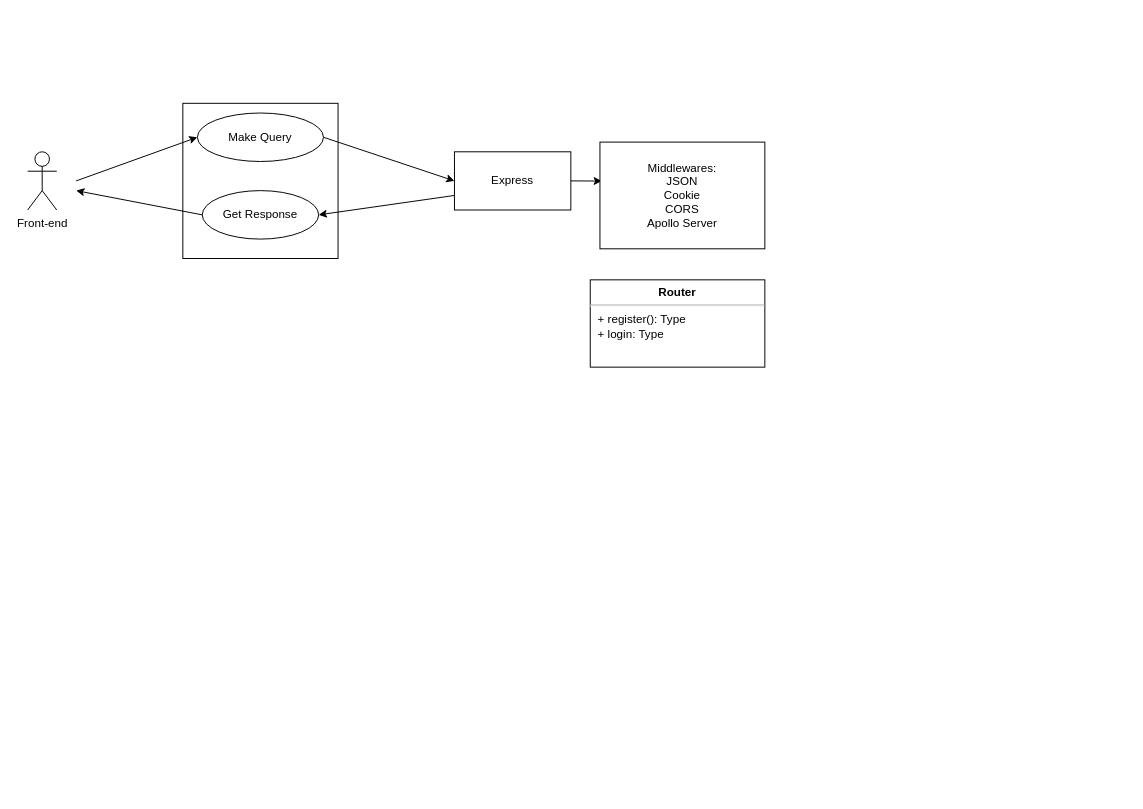
Above: UML/Backend.drawio in vlzher/UML-newsAgregatorAPI (draw.io), before the change. Source tidied: cells renumbered, new cells numbered last; positions are measured from the earlier drawing's top-left corner, leaving out a move shared by most shapes. Both pictures are drawn from the tidied source at 97%, with x=0, y=0 at pixel (27, 103).
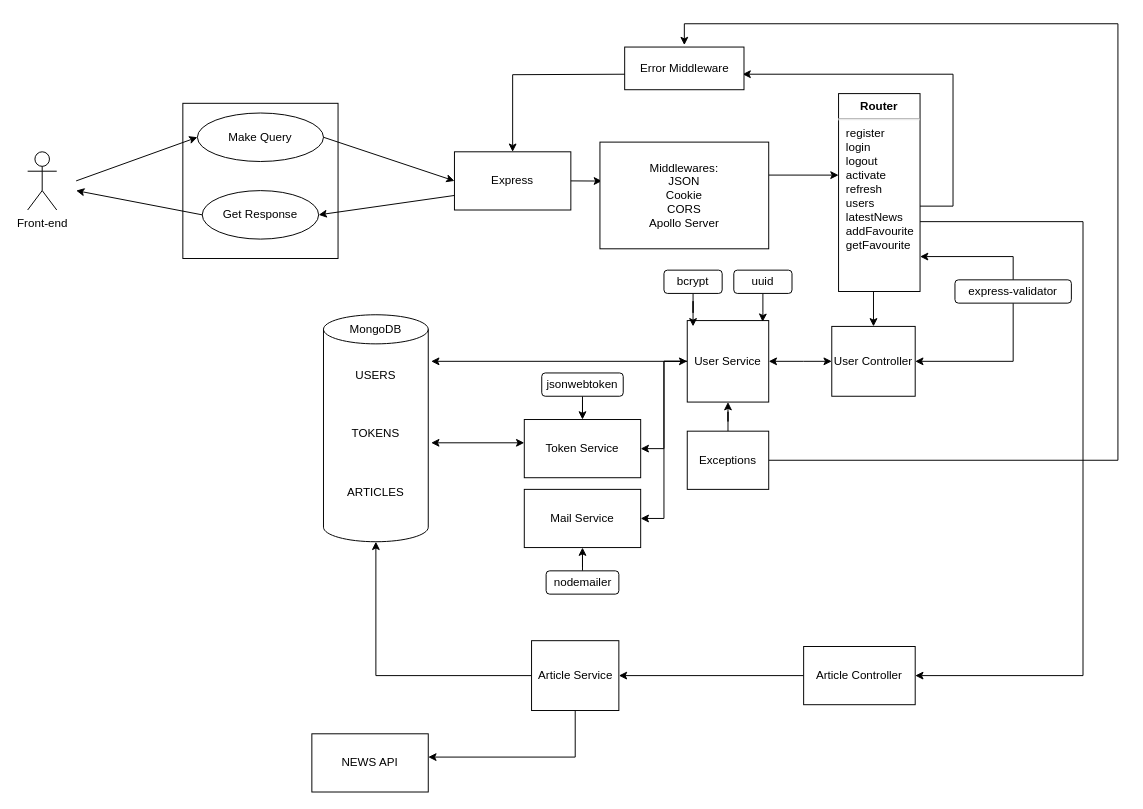
After the change.

Unchanged cells that the change refers to:
```xml
<mxCell id="9" value="Express" style="rounded=0;whiteSpace=wrap;html=1;" parent="1" vertex="1">
  <mxGeometry x="440" y="50" width="120" height="60" as="geometry" />
</mxCell>
```

What changed in the source:
```diff
@@
+    <mxCell id="14" style="edgeStyle=orthogonalEdgeStyle;rounded=0;jettySize=auto;html=1;entryX=0;entryY=0.412;entryDx=0;entryDy=0;entryPerimeter=0;" parent="1" edge="1" source="12" target="13">
+      <mxGeometry relative="1" as="geometry">
+        <Array as="points">
+          <mxPoint x="788" y="74" />
+          <mxPoint x="788" y="74" />
+        </Array>
+      </mxGeometry>
+    </mxCell>
     <mxCell id="12" value="Middlewares:&lt;br&gt;JSON&lt;br&gt;Cookie&lt;br&gt;CORS&lt;br&gt;Apollo Server" style="rounded=0;whiteSpace=wrap;html=1;" parent="1" vertex="1">
-      <mxGeometry x="590" y="40" width="170" height="110" as="geometry" />
+      <mxGeometry x="590" y="40" width="174" height="110" as="geometry" />
     </mxCell>
+    <mxCell id="15" style="edgeStyle=orthogonalEdgeStyle;rounded=0;jettySize=auto;html=1;exitX=0.5;exitY=1;exitDx=0;exitDy=0;entryX=0.5;entryY=0;entryDx=0;entryDy=0;" parent="1" edge="1" source="13" target="18">
+      <mxGeometry relative="1" as="geometry" />
+    </mxCell>
+    <mxCell id="16" style="edgeStyle=orthogonalEdgeStyle;rounded=0;jettySize=auto;html=1;entryX=1;entryY=0.5;entryDx=0;entryDy=0;" parent="1" edge="1" source="13">
+      <mxGeometry relative="1" as="geometry">
+        <mxPoint x="737" y="-30" as="targetPoint" />
+        <Array as="points">
+          <mxPoint x="954" y="106" />
+          <mxPoint x="954" y="-30" />
+        </Array>
+      </mxGeometry>
+    </mxCell>
+    <mxCell id="17" style="edgeStyle=orthogonalEdgeStyle;rounded=0;jettySize=auto;html=1;entryX=1;entryY=0.5;entryDx=0;entryDy=0;" parent="1" edge="1" source="13" target="48">
+      <mxGeometry relative="1" as="geometry">
+        <Array as="points">
+          <mxPoint x="1088" y="122" />
+          <mxPoint x="1088" y="590" />
+        </Array>
+      </mxGeometry>
+    </mxCell>
-    <mxCell id="13" value="&lt;p style=&quot;margin:0px;margin-top:6px;text-align:center;&quot;&gt;&lt;b&gt;Router&lt;/b&gt;&lt;/p&gt;&lt;hr&gt;&lt;p style=&quot;margin:0px;margin-left:8px;&quot;&gt;+ register(): Type&lt;br&gt;+ login: Type&lt;/p&gt;" style="align=left;overflow=fill;html=1;whiteSpace=wrap;" parent="1" vertex="1">
-      <mxGeometry x="580" y="182" width="180" height="90" as="geometry" />
+    <mxCell id="13" value="&lt;p style=&quot;margin:0px;margin-top:6px;text-align:center;&quot;&gt;&lt;b&gt;Router&lt;/b&gt;&lt;/p&gt;&lt;hr&gt;&lt;p style=&quot;margin:0px;margin-left:8px;&quot;&gt;register&lt;br&gt;login&lt;br&gt;logout&lt;br&gt;activate&lt;br&gt;refresh&lt;/p&gt;&lt;p style=&quot;margin:0px;margin-left:8px;&quot;&gt;users&lt;/p&gt;&lt;p style=&quot;margin:0px;margin-left:8px;&quot;&gt;latestNews&lt;br&gt;addFavourite&lt;/p&gt;&lt;p style=&quot;margin:0px;margin-left:8px;&quot;&gt;getFavourite&lt;/p&gt;" style="align=left;overflow=fill;html=1;whiteSpace=wrap;" parent="1" vertex="1">
+      <mxGeometry x="836" y="-10" width="84" height="204" as="geometry" />
     </mxCell>
+    <mxCell id="18" value="User Controller" style="rounded=0;whiteSpace=wrap;html=1;" parent="1" vertex="1">
+      <mxGeometry x="829" y="230" width="86" height="72" as="geometry" />
+    </mxCell>
+    <mxCell id="19" style="edgeStyle=orthogonalEdgeStyle;rounded=0;jettySize=auto;html=1;entryX=1;entryY=0.5;entryDx=0;entryDy=0;" parent="1" edge="1" source="21" target="22">
+      <mxGeometry relative="1" as="geometry" />
+    </mxCell>
+    <mxCell id="20" style="edgeStyle=orthogonalEdgeStyle;rounded=0;jettySize=auto;html=1;entryX=1;entryY=0.5;entryDx=0;entryDy=0;" parent="1" edge="1" source="21" target="23">
+      <mxGeometry relative="1" as="geometry" />
+    </mxCell>
+    <mxCell id="21" value="User Service" style="whiteSpace=wrap;html=1;" parent="1" vertex="1">
+      <mxGeometry x="680" y="224" width="84" height="84" as="geometry" />
+    </mxCell>
+    <mxCell id="22" value="Token Service" style="rounded=0;whiteSpace=wrap;html=1;" parent="1" vertex="1">
+      <mxGeometry x="512" y="326" width="120" height="60" as="geometry" />
+    </mxCell>
+    <mxCell id="23" value="Mail Service" style="rounded=0;whiteSpace=wrap;html=1;" parent="1" vertex="1">
+      <mxGeometry x="512" y="398" width="120" height="60" as="geometry" />
+    </mxCell>
+    <mxCell id="24" style="shape=cylinder3;whiteSpace=wrap;html=1;boundedLbl=1;backgroundOutline=1;size=15;" parent="1" vertex="1">
+      <mxGeometry x="305" y="218" width="108" height="234" as="geometry" />
+    </mxCell>
+    <mxCell id="25" value="USERS" style="text;html=1;strokeColor=none;fillColor=none;align=center;verticalAlign=middle;whiteSpace=wrap;rounded=0;" parent="1" vertex="1">
+      <mxGeometry x="329" y="266" width="60" height="30" as="geometry" />
+    </mxCell>
+    <mxCell id="26" value="TOKENS" style="text;html=1;strokeColor=none;fillColor=none;align=center;verticalAlign=middle;whiteSpace=wrap;rounded=0;" parent="1" vertex="1">
+      <mxGeometry x="329" y="326" width="60" height="30" as="geometry" />
+    </mxCell>
+    <mxCell id="27" style="endArrow=classic;startArrow=classic;html=1;rounded=0;" parent="1" edge="1">
+      <mxGeometry relative="1" as="geometry">
+        <mxPoint x="416" y="350" as="sourcePoint" />
+        <mxPoint x="512" y="350" as="targetPoint" />
+      </mxGeometry>
+    </mxCell>
+    <mxCell id="28" style="endArrow=classic;startArrow=classic;html=1;rounded=0;entryX=0;entryY=0.5;entryDx=0;entryDy=0;" parent="1" edge="1" target="21">
+      <mxGeometry relative="1" as="geometry">
+        <mxPoint x="416" y="266" as="sourcePoint" />
+      </mxGeometry>
+    </mxCell>
+    <mxCell id="29" style="endArrow=classic;startArrow=classic;html=1;rounded=0;entryX=0;entryY=0.5;entryDx=0;entryDy=0;" parent="1" edge="1" target="18">
+      <mxGeometry relative="1" as="geometry">
+        <mxPoint x="764" y="266" as="sourcePoint" />
+        <Array as="points">
+          <mxPoint x="800" y="266" />
+        </Array>
+      </mxGeometry>
+    </mxCell>
+    <mxCell id="30" style="edgeStyle=orthogonalEdgeStyle;rounded=0;jettySize=auto;html=1;" parent="1" edge="1" target="9">
+      <mxGeometry relative="1" as="geometry">
+        <mxPoint x="617" y="-30" as="sourcePoint" />
+      </mxGeometry>
+    </mxCell>
+    <mxCell id="31" value="MongoDB" style="text;html=1;strokeColor=none;fillColor=none;align=center;verticalAlign=middle;whiteSpace=wrap;rounded=0;" parent="1" vertex="1">
+      <mxGeometry x="329" y="218" width="60" height="30" as="geometry" />
+    </mxCell>
+    <mxCell id="32" style="edgeStyle=orthogonalEdgeStyle;rounded=0;jettySize=auto;html=1;" parent="1" edge="1" source="34" target="21">
+      <mxGeometry relative="1" as="geometry" />
+    </mxCell>
+    <mxCell id="33" style="edgeStyle=orthogonalEdgeStyle;rounded=0;jettySize=auto;html=1;entryX=0.5;entryY=0;entryDx=0;entryDy=0;" parent="1" edge="1" source="34">
+      <mxGeometry relative="1" as="geometry">
+        <mxPoint x="677" y="-60" as="targetPoint" />
+        <Array as="points">
+          <mxPoint x="1124" y="368" />
+          <mxPoint x="1124" y="-82" />
+          <mxPoint x="677" y="-82" />
+        </Array>
+      </mxGeometry>
+    </mxCell>
+    <mxCell id="34" value="Exceptions" style="rounded=0;whiteSpace=wrap;html=1;" parent="1" vertex="1">
+      <mxGeometry x="680" y="338" width="84" height="60" as="geometry" />
+    </mxCell>
+    <mxCell id="35" style="edgeStyle=orthogonalEdgeStyle;rounded=0;jettySize=auto;html=1;" parent="1" edge="1" source="36" target="23">
+      <mxGeometry relative="1" as="geometry" />
+    </mxCell>
+    <mxCell id="36" value="nodemailer" style="rounded=1;whiteSpace=wrap;html=1;" parent="1" vertex="1">
+      <mxGeometry x="534.5" y="482" width="75" height="24" as="geometry" />
+    </mxCell>
+    <mxCell id="37" value="Error Middleware" style="rounded=0;whiteSpace=wrap;html=1;" parent="1" vertex="1">
+      <mxGeometry x="615.5" y="-58" width="123" height="44" as="geometry" />
+    </mxCell>
+    <mxCell id="38" style="edgeStyle=orthogonalEdgeStyle;rounded=0;jettySize=auto;html=1;" parent="1" edge="1" source="39" target="22">
+      <mxGeometry relative="1" as="geometry" />
+    </mxCell>
+    <mxCell id="39" value="jsonwebtoken" style="rounded=1;whiteSpace=wrap;html=1;" parent="1" vertex="1">
+      <mxGeometry x="530" y="278" width="84" height="24" as="geometry" />
+    </mxCell>
+    <mxCell id="40" style="edgeStyle=orthogonalEdgeStyle;rounded=0;jettySize=auto;html=1;entryX=0.071;entryY=0.071;entryDx=0;entryDy=0;entryPerimeter=0;" parent="1" edge="1" source="41" target="21">
+      <mxGeometry relative="1" as="geometry" />
+    </mxCell>
+    <mxCell id="41" value="bcrypt" style="rounded=1;whiteSpace=wrap;html=1;" parent="1" vertex="1">
+      <mxGeometry x="656" y="172" width="60" height="24" as="geometry" />
+    </mxCell>
+    <mxCell id="42" style="edgeStyle=orthogonalEdgeStyle;rounded=0;jettySize=auto;html=1;entryX=0.925;entryY=0.015;entryDx=0;entryDy=0;entryPerimeter=0;" parent="1" edge="1" source="43" target="21">
+      <mxGeometry relative="1" as="geometry" />
+    </mxCell>
+    <mxCell id="43" value="uuid" style="rounded=1;whiteSpace=wrap;html=1;" parent="1" vertex="1">
+      <mxGeometry x="728" y="172" width="60" height="24" as="geometry" />
+    </mxCell>
+    <mxCell id="44" style="edgeStyle=orthogonalEdgeStyle;rounded=0;jettySize=auto;html=1;entryX=1;entryY=0.5;entryDx=0;entryDy=0;" parent="1" edge="1" source="46" target="18">
+      <mxGeometry relative="1" as="geometry">
+        <Array as="points">
+          <mxPoint x="1016" y="266" />
+        </Array>
+      </mxGeometry>
+    </mxCell>
+    <mxCell id="45" style="edgeStyle=orthogonalEdgeStyle;rounded=0;jettySize=auto;html=1;exitX=0.5;exitY=0;exitDx=0;exitDy=0;" parent="1" edge="1" source="46" target="13">
+      <mxGeometry relative="1" as="geometry">
+        <Array as="points">
+          <mxPoint x="1016" y="158" />
+        </Array>
+      </mxGeometry>
+    </mxCell>
+    <mxCell id="46" value="express-validator" style="rounded=1;whiteSpace=wrap;html=1;" parent="1" vertex="1">
+      <mxGeometry x="956" y="182" width="120" height="24" as="geometry" />
+    </mxCell>
+    <mxCell id="47" style="edgeStyle=orthogonalEdgeStyle;rounded=0;jettySize=auto;html=1;" parent="1" edge="1" source="48" target="51">
+      <mxGeometry relative="1" as="geometry" />
+    </mxCell>
+    <mxCell id="48" value="Article Controller" style="rounded=0;whiteSpace=wrap;html=1;" parent="1" vertex="1">
+      <mxGeometry x="800" y="560" width="115" height="60" as="geometry" />
+    </mxCell>
+    <mxCell id="49" style="edgeStyle=orthogonalEdgeStyle;rounded=0;jettySize=auto;html=1;" parent="1" edge="1" source="51" target="24">
+      <mxGeometry relative="1" as="geometry" />
+    </mxCell>
+    <mxCell id="50" style="edgeStyle=orthogonalEdgeStyle;rounded=0;jettySize=auto;html=1;" parent="1" edge="1" source="51" target="53">
+      <mxGeometry relative="1" as="geometry">
+        <Array as="points">
+          <mxPoint x="564" y="674" />
+        </Array>
+      </mxGeometry>
+    </mxCell>
+    <mxCell id="51" value="Article Service" style="rounded=0;whiteSpace=wrap;html=1;" parent="1" vertex="1">
+      <mxGeometry x="519.5" y="554" width="90" height="72" as="geometry" />
+    </mxCell>
+    <mxCell id="52" value="ARTICLES" style="text;html=1;strokeColor=none;fillColor=none;align=center;verticalAlign=middle;whiteSpace=wrap;rounded=0;" parent="1" vertex="1">
+      <mxGeometry x="329" y="386" width="60" height="30" as="geometry" />
+    </mxCell>
+    <mxCell id="53" value="NEWS API" style="rounded=0;whiteSpace=wrap;html=1;" parent="1" vertex="1">
+      <mxGeometry x="293" y="650" width="120" height="60" as="geometry" />
+    </mxCell>
```
